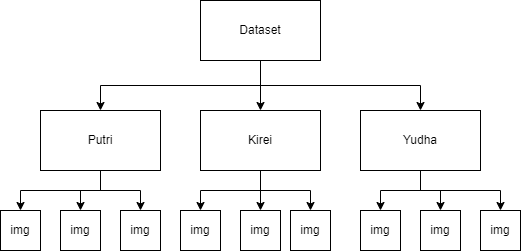
The draw.io diagram Asset/strukturdataset.png in yufaa/ComputerVisionBook, before a commit. Source tidied: cells renumbered, new cells last; positions are measured from the earlier drawing's top-left corner, leaving out a move shared by most shapes. Its diagram source:
```xml
<mxGraphModel>
  <root>
    <mxCell id="0" />
    <mxCell id="1" parent="0" />
    <mxCell id="2" style="edgeStyle=orthogonalEdgeStyle;rounded=0;jettySize=auto;html=1;exitX=0.5;exitY=1;exitDx=0;exitDy=0;entryX=0.5;entryY=0;entryDx=0;entryDy=0;" parent="1" edge="1" source="5" target="13">
      <mxGeometry relative="1" as="geometry" />
    </mxCell>
    <mxCell id="3" style="edgeStyle=orthogonalEdgeStyle;rounded=0;jettySize=auto;html=1;exitX=0.5;exitY=1;exitDx=0;exitDy=0;entryX=0.5;entryY=0;entryDx=0;entryDy=0;" parent="1" edge="1" source="5" target="17">
      <mxGeometry relative="1" as="geometry" />
    </mxCell>
    <mxCell id="4" style="edgeStyle=orthogonalEdgeStyle;rounded=0;jettySize=auto;html=1;exitX=0.5;exitY=1;exitDx=0;exitDy=0;" parent="1" edge="1" source="5" target="9">
      <mxGeometry relative="1" as="geometry" />
    </mxCell>
    <mxCell id="5" value="Dataset" style="rounded=0;whiteSpace=wrap;html=1;" parent="1" vertex="1">
      <mxGeometry x="200" width="120" height="60" as="geometry" />
    </mxCell>
    <mxCell id="6" style="edgeStyle=orthogonalEdgeStyle;rounded=0;jettySize=auto;html=1;exitX=0.5;exitY=1;exitDx=0;exitDy=0;entryX=0.5;entryY=0;entryDx=0;entryDy=0;" parent="1" edge="1" source="9" target="18">
      <mxGeometry relative="1" as="geometry" />
    </mxCell>
    <mxCell id="7" style="edgeStyle=orthogonalEdgeStyle;rounded=0;jettySize=auto;html=1;exitX=0.5;exitY=1;exitDx=0;exitDy=0;entryX=0.5;entryY=0;entryDx=0;entryDy=0;" parent="1" edge="1" source="9" target="19">
      <mxGeometry relative="1" as="geometry" />
    </mxCell>
    <mxCell id="8" style="edgeStyle=orthogonalEdgeStyle;rounded=0;jettySize=auto;html=1;exitX=0.5;exitY=1;exitDx=0;exitDy=0;entryX=0.5;entryY=0;entryDx=0;entryDy=0;" parent="1" edge="1" source="9" target="20">
      <mxGeometry relative="1" as="geometry" />
    </mxCell>
    <mxCell id="9" value="Putri" style="rounded=0;whiteSpace=wrap;html=1;" parent="1" vertex="1">
      <mxGeometry x="40" y="110" width="120" height="60" as="geometry" />
    </mxCell>
    <mxCell id="10" style="edgeStyle=orthogonalEdgeStyle;rounded=0;jettySize=auto;html=1;exitX=0.5;exitY=1;exitDx=0;exitDy=0;entryX=0.5;entryY=0;entryDx=0;entryDy=0;" parent="1" edge="1" source="13" target="21">
      <mxGeometry relative="1" as="geometry" />
    </mxCell>
    <mxCell id="11" style="edgeStyle=orthogonalEdgeStyle;rounded=0;jettySize=auto;html=1;exitX=0.5;exitY=1;exitDx=0;exitDy=0;entryX=0.5;entryY=0;entryDx=0;entryDy=0;" parent="1" edge="1" source="13" target="22">
      <mxGeometry relative="1" as="geometry" />
    </mxCell>
    <mxCell id="12" style="edgeStyle=orthogonalEdgeStyle;rounded=0;jettySize=auto;html=1;exitX=0.5;exitY=1;exitDx=0;exitDy=0;entryX=0.5;entryY=0;entryDx=0;entryDy=0;" parent="1" edge="1" source="13" target="23">
      <mxGeometry relative="1" as="geometry" />
    </mxCell>
    <mxCell id="13" value="Kirei" style="rounded=0;whiteSpace=wrap;html=1;" parent="1" vertex="1">
      <mxGeometry x="200" y="110" width="120" height="60" as="geometry" />
    </mxCell>
    <mxCell id="14" style="edgeStyle=orthogonalEdgeStyle;rounded=0;jettySize=auto;html=1;exitX=0.5;exitY=1;exitDx=0;exitDy=0;entryX=0.5;entryY=0;entryDx=0;entryDy=0;" parent="1" edge="1" source="17" target="24">
      <mxGeometry relative="1" as="geometry" />
    </mxCell>
    <mxCell id="15" style="edgeStyle=orthogonalEdgeStyle;rounded=0;jettySize=auto;html=1;exitX=0.5;exitY=1;exitDx=0;exitDy=0;entryX=0.5;entryY=0;entryDx=0;entryDy=0;" parent="1" edge="1" source="17" target="25">
      <mxGeometry relative="1" as="geometry" />
    </mxCell>
    <mxCell id="16" style="edgeStyle=orthogonalEdgeStyle;rounded=0;jettySize=auto;html=1;exitX=0.5;exitY=1;exitDx=0;exitDy=0;entryX=0.5;entryY=0;entryDx=0;entryDy=0;" parent="1" edge="1" source="17" target="26">
      <mxGeometry relative="1" as="geometry" />
    </mxCell>
    <mxCell id="17" value="Yudha" style="rounded=0;whiteSpace=wrap;html=1;" parent="1" vertex="1">
      <mxGeometry x="360" y="110" width="120" height="60" as="geometry" />
    </mxCell>
    <mxCell id="18" value="img" style="rounded=0;whiteSpace=wrap;html=1;" parent="1" vertex="1">
      <mxGeometry y="210" width="40" height="40" as="geometry" />
    </mxCell>
    <mxCell id="19" value="img" style="rounded=0;whiteSpace=wrap;html=1;" parent="1" vertex="1">
      <mxGeometry x="60" y="210" width="40" height="40" as="geometry" />
    </mxCell>
    <mxCell id="20" value="img" style="rounded=0;whiteSpace=wrap;html=1;" parent="1" vertex="1">
      <mxGeometry x="120" y="210" width="40" height="40" as="geometry" />
    </mxCell>
    <mxCell id="21" value="img" style="rounded=0;whiteSpace=wrap;html=1;" parent="1" vertex="1">
      <mxGeometry x="180" y="210" width="40" height="40" as="geometry" />
    </mxCell>
    <mxCell id="22" value="img" style="rounded=0;whiteSpace=wrap;html=1;" parent="1" vertex="1">
      <mxGeometry x="240" y="210" width="40" height="40" as="geometry" />
    </mxCell>
    <mxCell id="23" value="img" style="rounded=0;whiteSpace=wrap;html=1;" parent="1" vertex="1">
      <mxGeometry x="290" y="210" width="40" height="40" as="geometry" />
    </mxCell>
    <mxCell id="24" value="img" style="rounded=0;whiteSpace=wrap;html=1;" parent="1" vertex="1">
      <mxGeometry x="360" y="210" width="40" height="40" as="geometry" />
    </mxCell>
    <mxCell id="25" value="img" style="rounded=0;whiteSpace=wrap;html=1;" parent="1" vertex="1">
      <mxGeometry x="420" y="210" width="40" height="40" as="geometry" />
    </mxCell>
    <mxCell id="26" value="img" style="rounded=0;whiteSpace=wrap;html=1;" parent="1" vertex="1">
      <mxGeometry x="480" y="210" width="40" height="40" as="geometry" />
    </mxCell>
  </root>
</mxGraphModel>
```
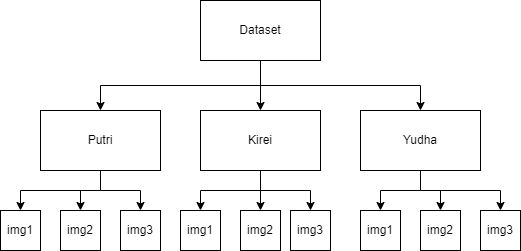
The same file after the commit.

Diff of the diagram source:
```diff
@@ -50,31 +50,31 @@
     <mxCell id="17" value="Yudha" style="rounded=0;whiteSpace=wrap;html=1;" parent="1" vertex="1">
       <mxGeometry x="360" y="110" width="120" height="60" as="geometry" />
     </mxCell>
-    <mxCell id="18" value="img" style="rounded=0;whiteSpace=wrap;html=1;" parent="1" vertex="1">
+    <mxCell id="18" value="img1" style="rounded=0;whiteSpace=wrap;html=1;" parent="1" vertex="1">
       <mxGeometry y="210" width="40" height="40" as="geometry" />
     </mxCell>
-    <mxCell id="19" value="img" style="rounded=0;whiteSpace=wrap;html=1;" parent="1" vertex="1">
+    <mxCell id="19" value="img2" style="rounded=0;whiteSpace=wrap;html=1;" parent="1" vertex="1">
       <mxGeometry x="60" y="210" width="40" height="40" as="geometry" />
     </mxCell>
-    <mxCell id="20" value="img" style="rounded=0;whiteSpace=wrap;html=1;" parent="1" vertex="1">
+    <mxCell id="20" value="img3" style="rounded=0;whiteSpace=wrap;html=1;" parent="1" vertex="1">
       <mxGeometry x="120" y="210" width="40" height="40" as="geometry" />
     </mxCell>
-    <mxCell id="21" value="img" style="rounded=0;whiteSpace=wrap;html=1;" parent="1" vertex="1">
+    <mxCell id="21" value="img1" style="rounded=0;whiteSpace=wrap;html=1;" parent="1" vertex="1">
       <mxGeometry x="180" y="210" width="40" height="40" as="geometry" />
     </mxCell>
-    <mxCell id="22" value="img" style="rounded=0;whiteSpace=wrap;html=1;" parent="1" vertex="1">
+    <mxCell id="22" value="img2" style="rounded=0;whiteSpace=wrap;html=1;" parent="1" vertex="1">
       <mxGeometry x="240" y="210" width="40" height="40" as="geometry" />
     </mxCell>
-    <mxCell id="23" value="img" style="rounded=0;whiteSpace=wrap;html=1;" parent="1" vertex="1">
+    <mxCell id="23" value="img3" style="rounded=0;whiteSpace=wrap;html=1;" parent="1" vertex="1">
       <mxGeometry x="290" y="210" width="40" height="40" as="geometry" />
     </mxCell>
-    <mxCell id="24" value="img" style="rounded=0;whiteSpace=wrap;html=1;" parent="1" vertex="1">
+    <mxCell id="24" value="img1" style="rounded=0;whiteSpace=wrap;html=1;" parent="1" vertex="1">
       <mxGeometry x="360" y="210" width="40" height="40" as="geometry" />
     </mxCell>
-    <mxCell id="25" value="img" style="rounded=0;whiteSpace=wrap;html=1;" parent="1" vertex="1">
+    <mxCell id="25" value="img2" style="rounded=0;whiteSpace=wrap;html=1;" parent="1" vertex="1">
       <mxGeometry x="420" y="210" width="40" height="40" as="geometry" />
     </mxCell>
-    <mxCell id="26" value="img" style="rounded=0;whiteSpace=wrap;html=1;" parent="1" vertex="1">
+    <mxCell id="26" value="img3" style="rounded=0;whiteSpace=wrap;html=1;" parent="1" vertex="1">
       <mxGeometry x="480" y="210" width="40" height="40" as="geometry" />
     </mxCell>
   </root>
```
